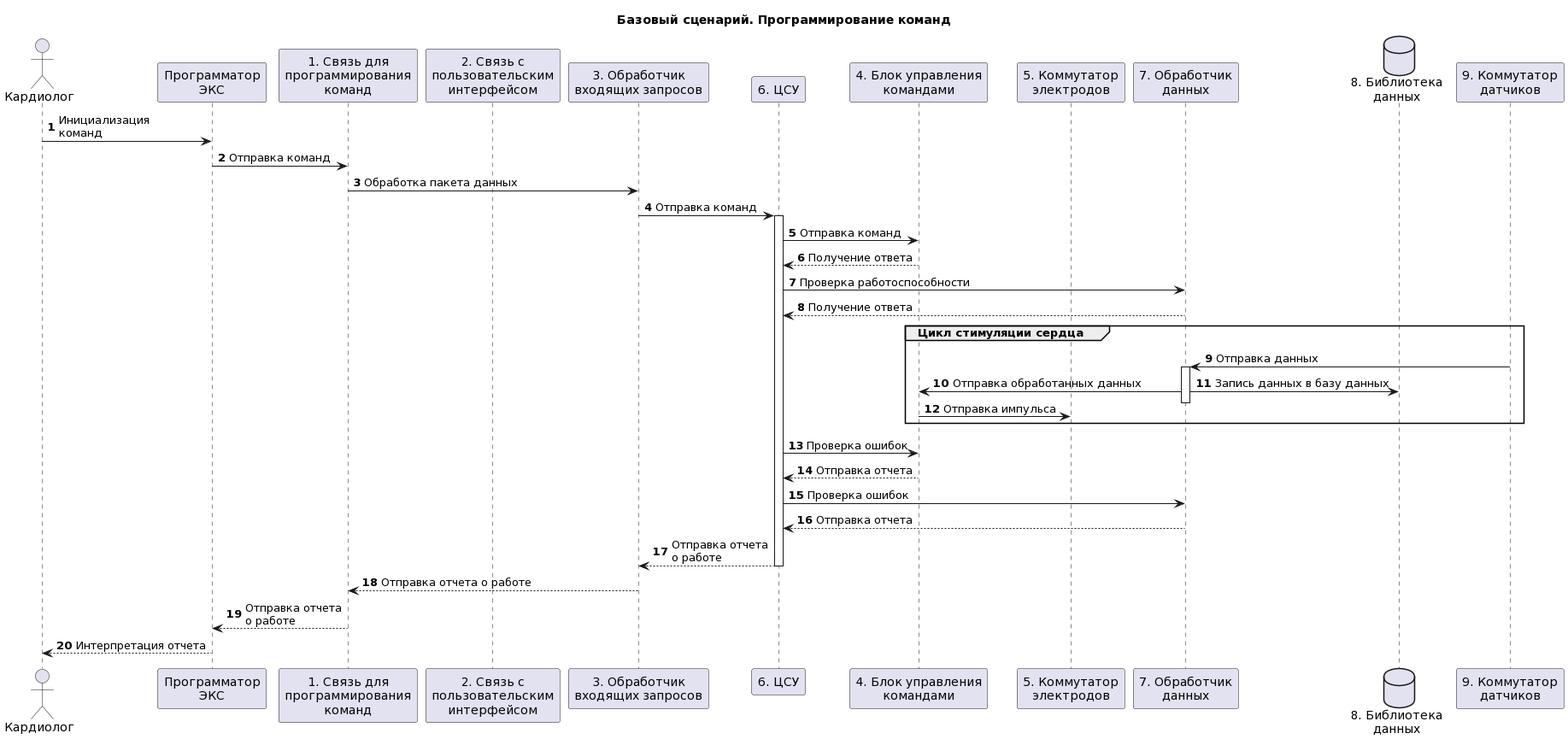
The PlantUML diagram images/base_prog_hla.png in ExtremCode/Cyberimmune_bus, before a commit. Its diagram source:
```plantuml
@startuml
!pragma teoz true

title "Базовый сценарий. Программирование команд"

autonumber
actor "Кардиолог" as doctor
participant "Программатор\nЭКС" as proger
participant "1. Связь для\nпрограммирования\nкоманд" as conprog
participant "2. Связь с\nпользовательским\nинтерфейсом" as user
participant "3. Обработчик\nвходящих запросов" as cproc
participant "6. ЦСУ" as center
participant "4. Блок управления\nкомандами" as com
participant "5. Коммутатор\nэлектродов" as comut
participant "7. Обработчик\nданных" as dataproc
database "8. Библиотека\nданных" as data
participant "9. Коммутатор\nдатчиков" as datch

doctor -> proger: Инициализация\nкоманд
proger -> conprog: Отправка команд
conprog -> cproc: Обработка пакета данных
cproc -> center: Отправка команд
activate center
center -> com: Отправка команд
com --> center: Получение ответа
center -> dataproc: Проверка работоспособности
dataproc --> center: Получение ответа

group Цикл стимуляции сердца
datch -> dataproc: Отправка данных
activate dataproc
dataproc -> com: Отправка обработанных данных
& dataproc -> data: Запись данных в базу данных
deactivate dataproc
com -> comut: Отправка импульса
end group

center -> com: Проверка ошибок
com --> center: Отправка отчета
center -> dataproc: Проверка ошибок
dataproc --> center: Отправка отчета
center --> cproc: Отправка отчета\nо работе
deactivate center
cproc --> conprog: Отправка отчета о работе
conprog --> proger: Отправка отчета\nо работе
proger --> doctor: Интерпретация отчета
@enduml
```
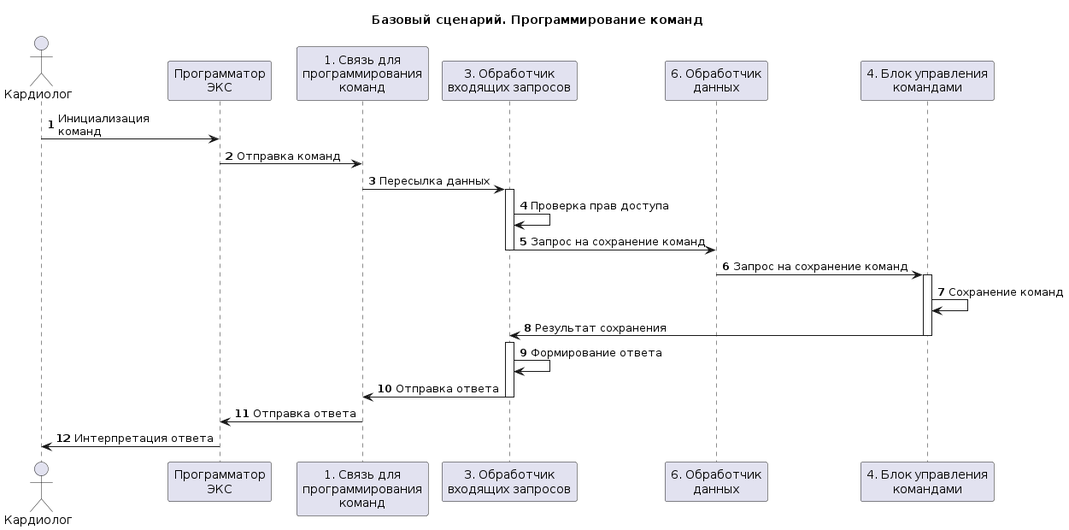
After the commit.

The edit, as a diff of the source:
```diff
@@ -6,42 +6,27 @@
 autonumber
 actor "Кардиолог" as doctor
 participant "Программатор\nЭКС" as proger
-participant "1. Связь для\nпрограммирования\nкоманд" as conprog
-participant "2. Связь с\nпользовательским\nинтерфейсом" as user
-participant "3. Обработчик\nвходящих запросов" as cproc
-participant "6. ЦСУ" as center
-participant "4. Блок управления\nкомандами" as com
-participant "5. Коммутатор\nэлектродов" as comut
-participant "7. Обработчик\nданных" as dataproc
-database "8. Библиотека\nданных" as data
-participant "9. Коммутатор\nдатчиков" as datch
+participant "1. Связь для\nпрограммирования\nкоманд" as prog
+participant "3. Обработчик\nвходящих запросов" as query
+participant "6. Обработчик\nданных" as dataproc
+participant "4. Блок управления\nкомандами" as command
 
 doctor -> proger: Инициализация\nкоманд
-proger -> conprog: Отправка команд
-conprog -> cproc: Обработка пакета данных
-cproc -> center: Отправка команд
-activate center
-center -> com: Отправка команд
-com --> center: Получение ответа
-center -> dataproc: Проверка работоспособности
-dataproc --> center: Получение ответа
-
-group Цикл стимуляции сердца
-datch -> dataproc: Отправка данных
-activate dataproc
-dataproc -> com: Отправка обработанных данных
-& dataproc -> data: Запись данных в базу данных
-deactivate dataproc
-com -> comut: Отправка импульса
-end group
-
-center -> com: Проверка ошибок
-com --> center: Отправка отчета
-center -> dataproc: Проверка ошибок
-dataproc --> center: Отправка отчета
-center --> cproc: Отправка отчета\nо работе
-deactivate center
-cproc --> conprog: Отправка отчета о работе
-conprog --> proger: Отправка отчета\nо работе
-proger --> doctor: Интерпретация отчета
+proger -> prog: Отправка команд
+prog -> query: Пересылка данных
+activate query
+query -> query: Проверка прав доступа
+query -> dataproc: Запрос на сохранение команд
+deactivate query
+dataproc -> command: Запрос на сохранение команд
+activate command
+command -> command: Сохранение команд
+command -> query: Результат сохранения
+deactivate command
+activate query
+query -> query: Формирование ответа
+query -> prog: Отправка ответа
+deactivate query
+prog -> proger: Отправка ответа
+proger -> doctor: Интерпретация ответа
 @enduml
```
